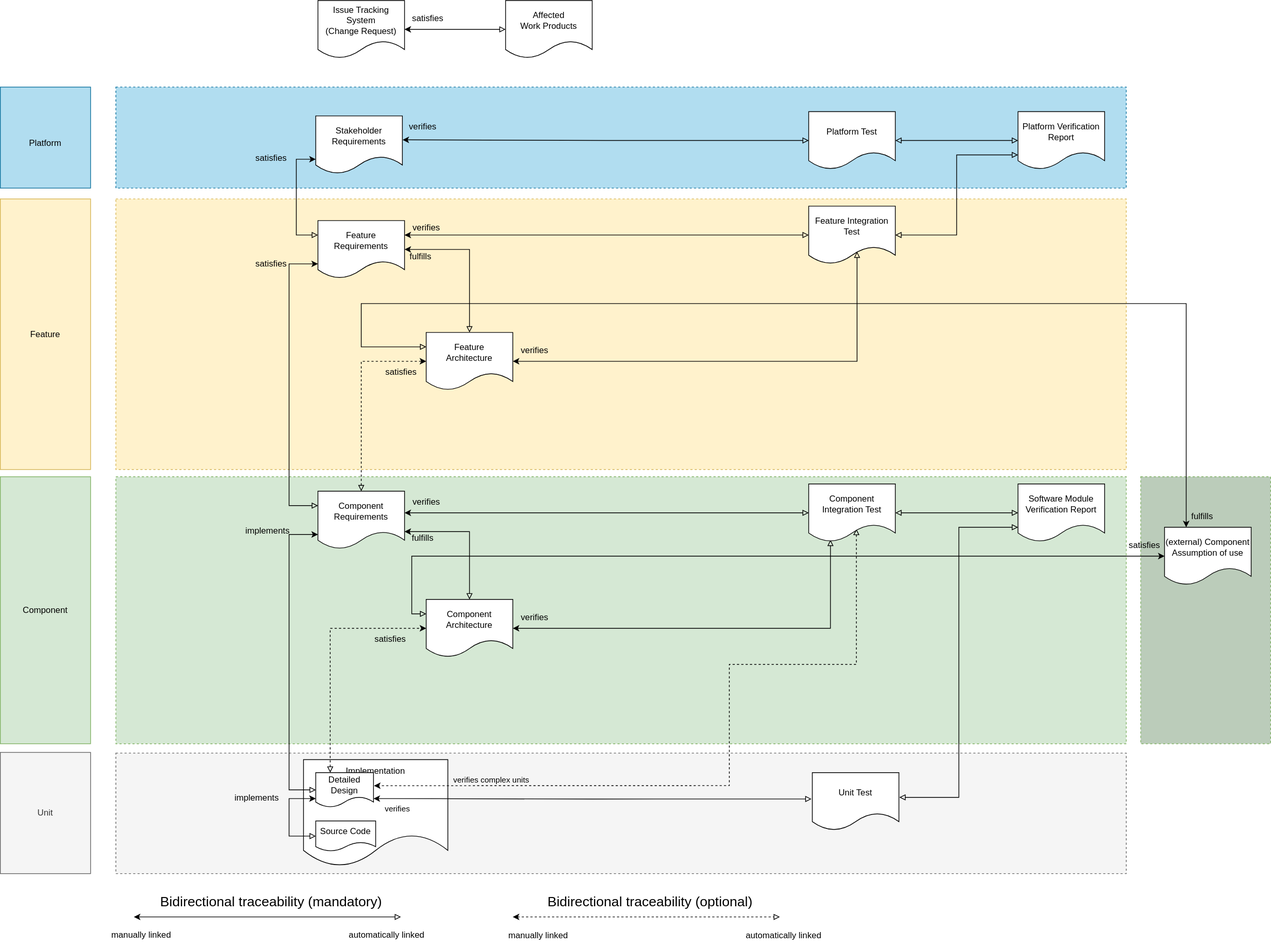
The draw.io diagram pr-823/_images/score_traceability_model_wp_overview.drawio.svg in umaucher/score, before a commit. Source tidied: cells renumbered, new cells last; positions are measured from the earlier drawing's top-left corner, leaving out a move shared by most shapes.
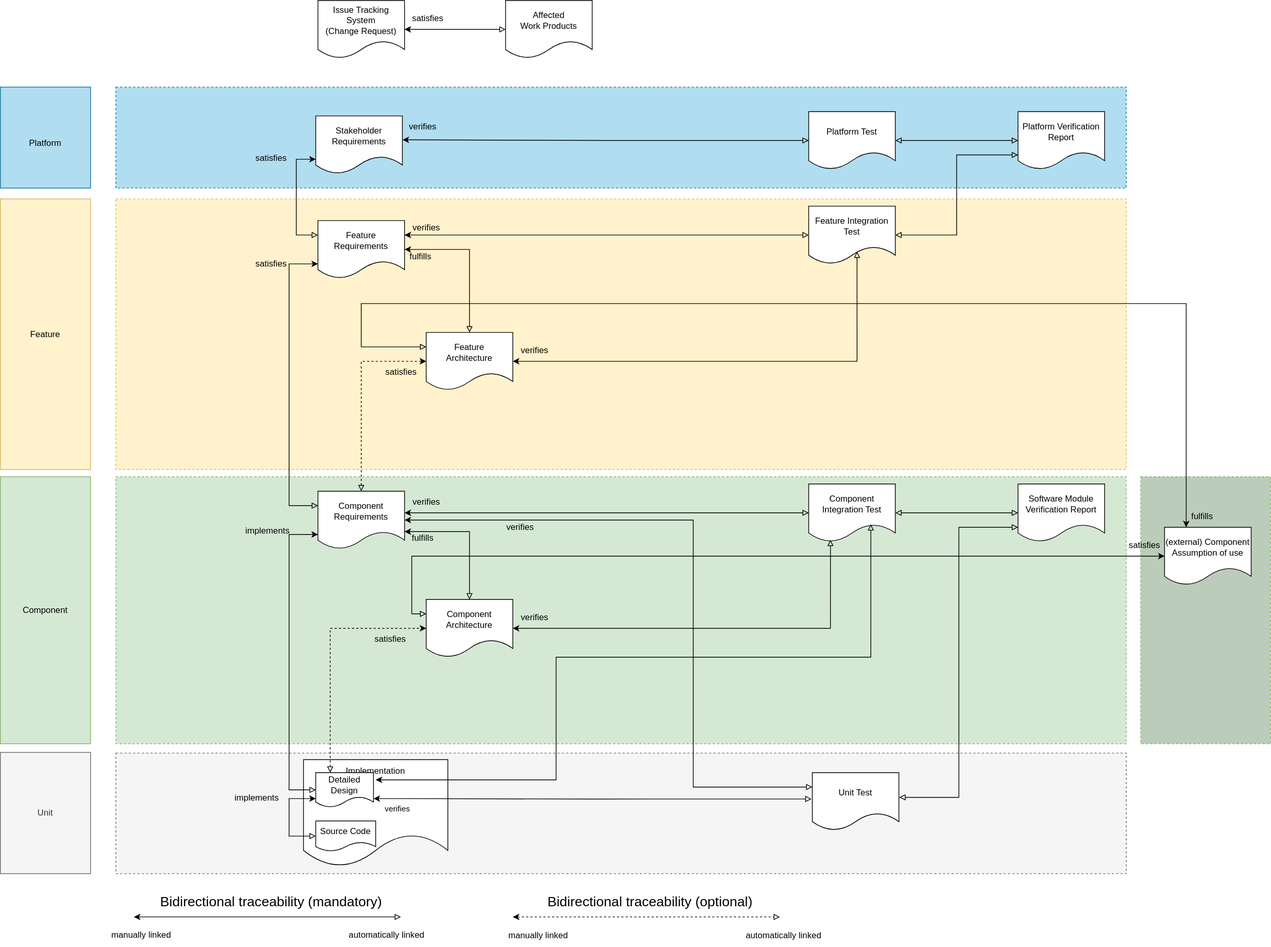
After the commit.

Change to the diagram source:
```diff
@@ -78,16 +78,6 @@
     <mxCell id="20" style="edgeStyle=orthogonalEdgeStyle;rounded=0;jettySize=auto;html=1;entryX=0;entryY=0.5;entryDx=0;entryDy=0;startArrow=block;startFill=0;endArrow=block;endFill=0;" parent="1" edge="1" source="22" target="38">
       <mxGeometry relative="1" as="geometry" />
     </mxCell>
-    <mxCell id="21" value="verifies complex units" style="edgeStyle=none;html=1;entryX=0.095;entryY=0.839;entryDx=0;entryDy=0;entryPerimeter=0;exitX=0.55;exitY=0.779;exitDx=0;exitDy=0;exitPerimeter=0;dashed=1;endArrow=classic;endFill=1;startArrow=block;startFill=0;rounded=0;labelBackgroundColor=#f5f5f5;" parent="1" edge="1" source="22">
-      <mxGeometry x="0.68" y="-8" relative="1" as="geometry">
-        <mxPoint x="517.7" y="1088.2" as="targetPoint" />
-        <Array as="points">
-          <mxPoint x="1186" y="920" />
-          <mxPoint x="1010" y="920" />
-          <mxPoint x="1010" y="1088" />
-        </Array>
-      </mxGeometry>
-    </mxCell>
     <mxCell id="22" value="Component Integration Test" style="shape=document;whiteSpace=wrap;html=1;boundedLbl=1;" parent="1" vertex="1">
       <mxGeometry x="1120" y="670" width="120" height="80" as="geometry" />
     </mxCell>
@@ -298,5 +288,24 @@
     <mxCell id="74" value="verifies" style="text;html=1;align=center;verticalAlign=middle;strokeColor=none;fillColor=none;" parent="1" vertex="1">
       <mxGeometry x="710" y="470" width="60" height="30" as="geometry" />
     </mxCell>
+    <mxCell id="75" value="verifies" style="edgeStyle=orthogonalEdgeStyle;rounded=0;jettySize=auto;html=1;startArrow=block;startFill=0;exitX=0;exitY=0.25;exitDx=0;exitDy=0;labelBackgroundColor=none;fontSize=12;" parent="1" edge="1" source="33">
+      <mxGeometry x="0.66" y="10" relative="1" as="geometry">
+        <mxPoint x="560" y="720" as="targetPoint" />
+        <Array as="points">
+          <mxPoint x="960" y="1090" />
+          <mxPoint x="960" y="720" />
+        </Array>
+      </mxGeometry>
+    </mxCell>
+    <mxCell id="76" style="edgeStyle=orthogonalEdgeStyle;rounded=0;jettySize=auto;html=1;startArrow=classic;startFill=1;endArrow=block;endFill=0;entryX=0.717;entryY=0.698;entryDx=0;entryDy=0;entryPerimeter=0;" parent="1" edge="1" target="22">
+      <mxGeometry relative="1" as="geometry">
+        <mxPoint x="520" y="1080" as="sourcePoint" />
+        <Array as="points">
+          <mxPoint x="770" y="1080" />
+          <mxPoint x="770" y="910" />
+          <mxPoint x="1206" y="910" />
+        </Array>
+      </mxGeometry>
+    </mxCell>
   </root>
 </mxGraphModel>
```
